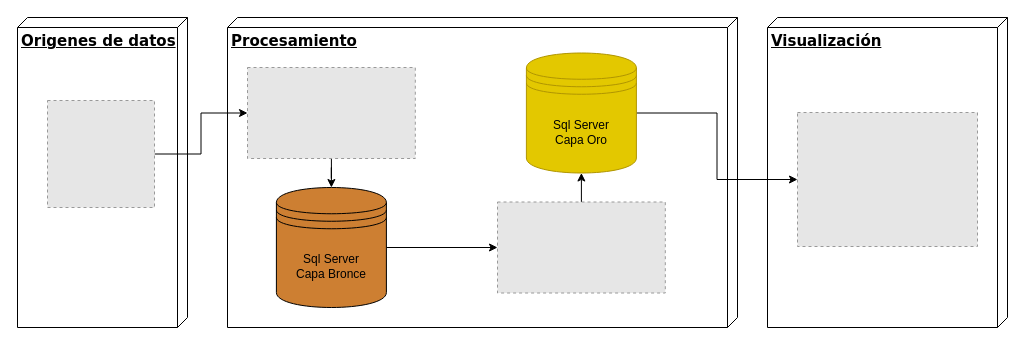
Earlier version of the draw.io diagram Filestorage/Diagrama sin título.drawio (sego10/Drawio). Source tidied: cells renumbered, new cells numbered last; positions are measured from the earlier drawing's top-left corner, leaving out a move shared by most shapes. Both pictures are drawn from the tidied source at 100%, with x=0, y=0 at pixel (17, 17). Pictures stored in the file or linked from it are replaced by grey dashed boxes.
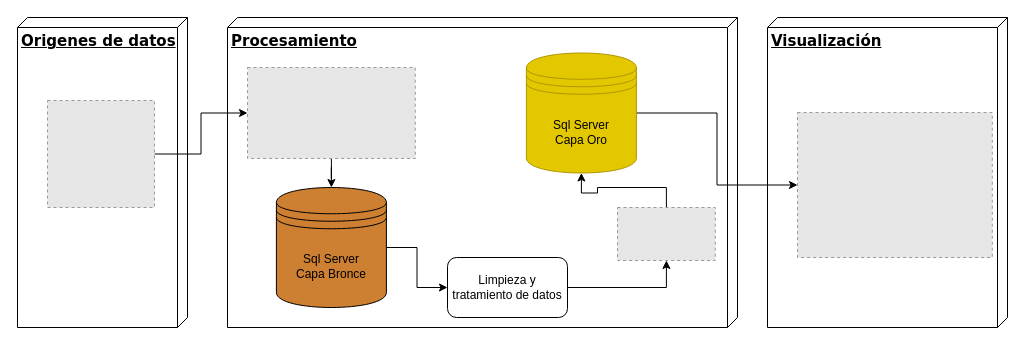
Above is the later version.

Commit message:
Arquitectura Tesis

What changed in the source:
```diff
@@
 <mxGraphModel>
   <root>
     <mxCell id="0" />
     <mxCell id="1" parent="0" />
     <mxCell id="2" value="&lt;b&gt;&lt;font style=&quot;font-size: 15px;&quot;&gt;Origenes de datos&lt;/font&gt;&lt;/b&gt;" style="verticalAlign=top;align=left;spacingTop=8;spacingLeft=2;spacingRight=12;shape=cube;size=10;direction=south;fontStyle=4;html=1;rounded=0;shadow=0;comic=0;labelBackgroundColor=none;strokeWidth=1;fontFamily=Verdana;fontSize=12;" parent="1" vertex="1">
       <mxGeometry width="170" height="310" as="geometry" />
     </mxCell>
     <mxCell id="3" value="&lt;b&gt;&lt;font style=&quot;font-size: 15px;&quot;&gt;Procesamiento&lt;/font&gt;&lt;/b&gt;" style="verticalAlign=top;align=left;spacingTop=8;spacingLeft=2;spacingRight=12;shape=cube;size=10;direction=south;fontStyle=4;html=1;rounded=0;shadow=0;comic=0;labelBackgroundColor=none;strokeWidth=1;fontFamily=Verdana;fontSize=12;" parent="1" vertex="1">
       <mxGeometry x="210" width="510" height="310" as="geometry" />
     </mxCell>
-    <mxCell id="4" style="edgeStyle=orthogonalEdgeStyle;rounded=0;jettySize=auto;html=1;exitX=1;exitY=0.5;exitDx=0;exitDy=0;entryX=0;entryY=0.5;entryDx=0;entryDy=0;" parent="1" edge="1" source="5" target="13">
-      <mxGeometry relative="1" as="geometry" />
-    </mxCell>
+    <mxCell id="16" style="edgeStyle=orthogonalEdgeStyle;rounded=0;jettySize=auto;html=1;exitX=1;exitY=0.5;exitDx=0;exitDy=0;" parent="1" edge="1" source="5" target="18">
+      <mxGeometry relative="1" as="geometry" />
+    </mxCell>
     <mxCell id="5" value="Sql Server&lt;br&gt;Capa Bronce" style="shape=datastore;whiteSpace=wrap;html=1;fillColor=#CD7F32;" parent="1" vertex="1">
       <mxGeometry x="258.9" y="170" width="110" height="120" as="geometry" />
     </mxCell>
     <mxCell id="6" style="edgeStyle=orthogonalEdgeStyle;rounded=0;jettySize=auto;html=1;" parent="1" edge="1" source="7" target="5">
       <mxGeometry relative="1" as="geometry" />
     </mxCell>
     <mxCell id="7" style="fillColor=#E6E6E6;strokeColor=#999999;dashed=1;verticalLabelPosition=bottom;labelBackgroundColor=default;verticalAlign=top;" parent="1" vertex="1">
       <mxGeometry x="230" y="50" width="167.8" height="91" as="geometry" />
     </mxCell>
     <mxCell id="8" value="&lt;b&gt;&lt;font style=&quot;font-size: 15px;&quot;&gt;Visualización&lt;/font&gt;&lt;/b&gt;" style="verticalAlign=top;align=left;spacingTop=8;spacingLeft=2;spacingRight=12;shape=cube;size=10;direction=south;fontStyle=4;html=1;rounded=0;shadow=0;comic=0;labelBackgroundColor=none;strokeWidth=1;fontFamily=Verdana;fontSize=12;" parent="1" vertex="1">
       <mxGeometry x="750" width="240" height="310" as="geometry" />
     </mxCell>
     <mxCell id="9" style="fillColor=#E6E6E6;strokeColor=#999999;dashed=1;verticalLabelPosition=bottom;labelBackgroundColor=default;verticalAlign=top;" parent="1" vertex="1">
-      <mxGeometry x="780" y="95" width="180" height="134" as="geometry" />
+      <mxGeometry x="780" y="95" width="194.8" height="145" as="geometry" />
     </mxCell>
     <mxCell id="10" style="edgeStyle=orthogonalEdgeStyle;rounded=0;jettySize=auto;html=1;exitX=1;exitY=0.5;exitDx=0;exitDy=0;" parent="1" edge="1" source="11" target="7">
       <mxGeometry relative="1" as="geometry" />
     </mxCell>
     <mxCell id="11" style="fillColor=#E6E6E6;strokeColor=#999999;dashed=1;verticalLabelPosition=bottom;labelBackgroundColor=default;verticalAlign=top;" parent="1" vertex="1">
       <mxGeometry x="30" y="83" width="107" height="107" as="geometry" />
     </mxCell>
     <mxCell id="12" style="edgeStyle=orthogonalEdgeStyle;rounded=0;jettySize=auto;html=1;exitX=0.5;exitY=0;exitDx=0;exitDy=0;entryX=0.5;entryY=1;entryDx=0;entryDy=0;" parent="1" edge="1" source="13" target="15">
       <mxGeometry relative="1" as="geometry" />
     </mxCell>
     <mxCell id="13" style="fillColor=#E6E6E6;strokeColor=#999999;dashed=1;verticalLabelPosition=bottom;labelBackgroundColor=default;verticalAlign=top;" parent="1" vertex="1">
-      <mxGeometry x="480" y="184.5" width="167.8" height="91" as="geometry" />
+      <mxGeometry x="600" y="190" width="97.8" height="53" as="geometry" />
     </mxCell>
     <mxCell id="14" style="edgeStyle=orthogonalEdgeStyle;rounded=0;jettySize=auto;html=1;" parent="1" edge="1" source="15" target="9">
       <mxGeometry relative="1" as="geometry" />
     </mxCell>
     <mxCell id="15" value="Sql Server&lt;br&gt;Capa Oro" style="shape=datastore;whiteSpace=wrap;html=1;fillColor=#e3c800;strokeColor=#B09500;fontColor=#000000;" parent="1" vertex="1">
       <mxGeometry x="508.9" y="35.5" width="110" height="120" as="geometry" />
     </mxCell>
+    <mxCell id="17" style="edgeStyle=orthogonalEdgeStyle;rounded=0;jettySize=auto;html=1;exitX=1;exitY=0.5;exitDx=0;exitDy=0;entryX=0.5;entryY=1;entryDx=0;entryDy=0;" parent="1" edge="1" source="18" target="13">
+      <mxGeometry relative="1" as="geometry" />
+    </mxCell>
+    <mxCell id="18" value="Limpieza y tratamiento de datos" style="rounded=1;whiteSpace=wrap;html=1;" parent="1" vertex="1">
+      <mxGeometry x="430" y="240" width="120" height="60" as="geometry" />
+    </mxCell>
   </root>
 </mxGraphModel>
```
